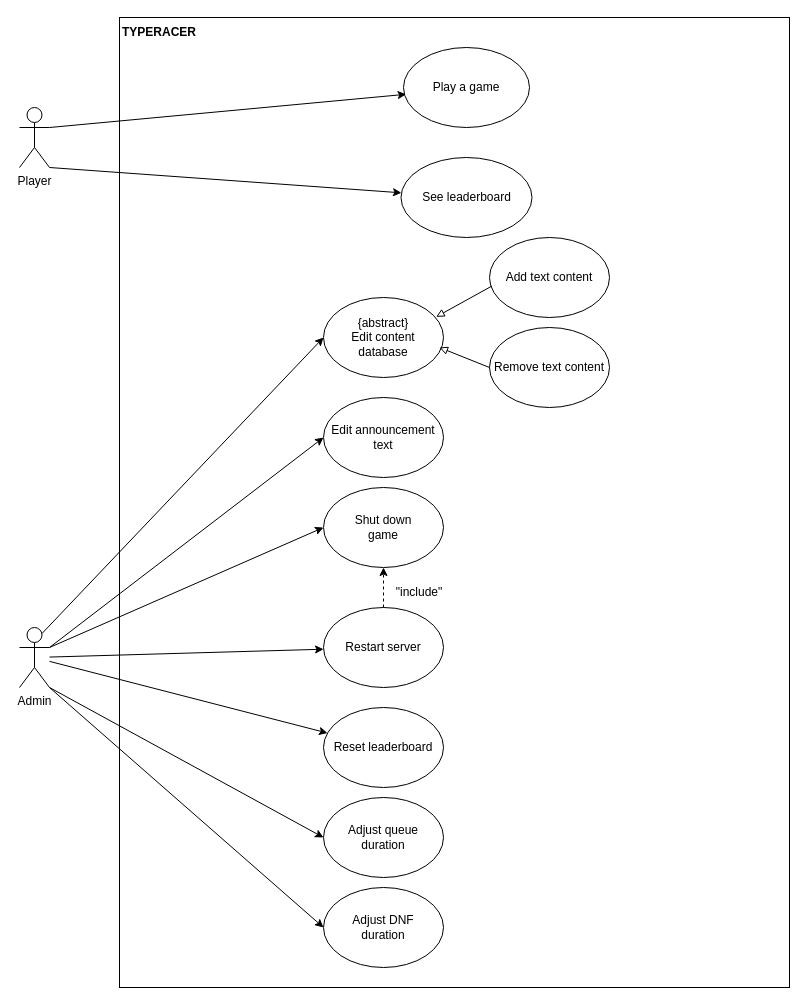
This is TypeRacerUseCase.drawio from muratcanakcay/PW-SE1-TypeRacer, a draw.io file, before an edit. Source tidied: cells renumbered, new cells numbered last; positions are measured from the earlier drawing's top-left corner, leaving out a move shared by most shapes. Both pictures are drawn from the tidied source at 100%, with x=0, y=0 at pixel (19, 17).
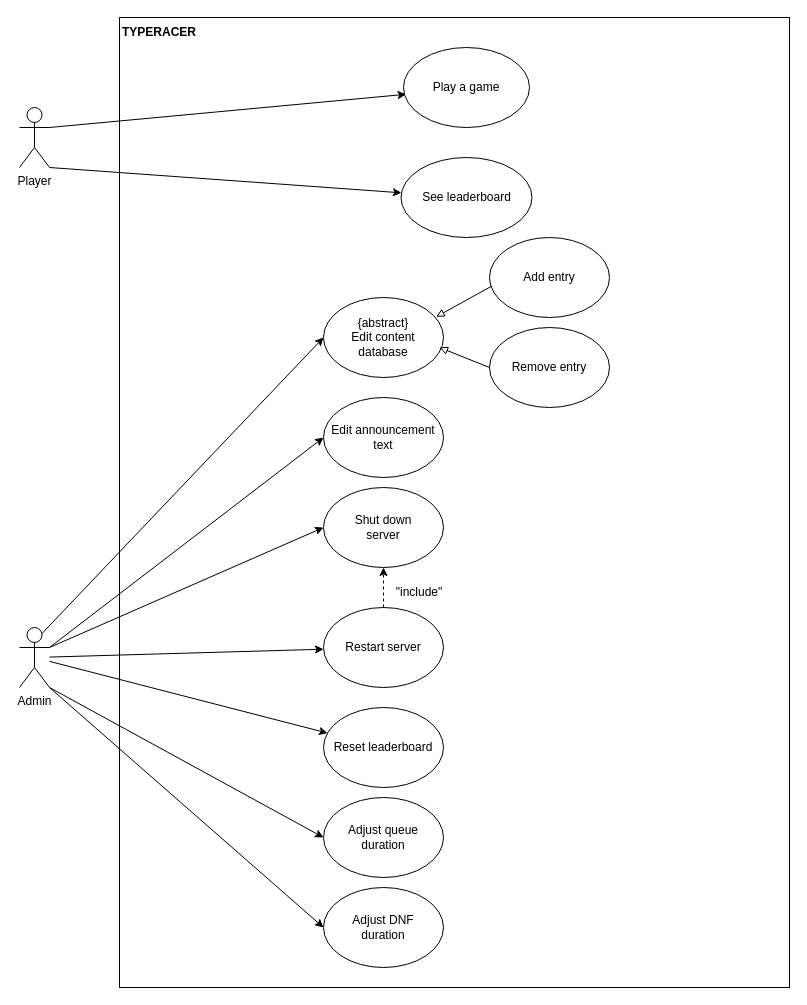
After the change.

What changed in the source:
```diff
@@
-    <mxCell id="11" value="Add text content" style="ellipse;whiteSpace=wrap;html=1;" parent="1" vertex="1">
+    <mxCell id="11" value="Add entry" style="ellipse;whiteSpace=wrap;html=1;" parent="1" vertex="1">
       <mxGeometry x="470" y="220" width="120" height="80" as="geometry" />
     </mxCell>
@@
-    <mxCell id="13" value="Remove text content" style="ellipse;whiteSpace=wrap;html=1;" parent="1" vertex="1">
+    <mxCell id="13" value="Remove entry" style="ellipse;whiteSpace=wrap;html=1;" parent="1" vertex="1">
       <mxGeometry x="470" y="310" width="120" height="80" as="geometry" />
     </mxCell>
@@
-    <mxCell id="15" value="Shut down &lt;br&gt;game" style="ellipse;whiteSpace=wrap;html=1;" parent="1" vertex="1">
+    <mxCell id="15" value="Shut down &lt;br&gt;server" style="ellipse;whiteSpace=wrap;html=1;" parent="1" vertex="1">
       <mxGeometry x="304" y="470" width="120" height="80" as="geometry" />
     </mxCell>
```
